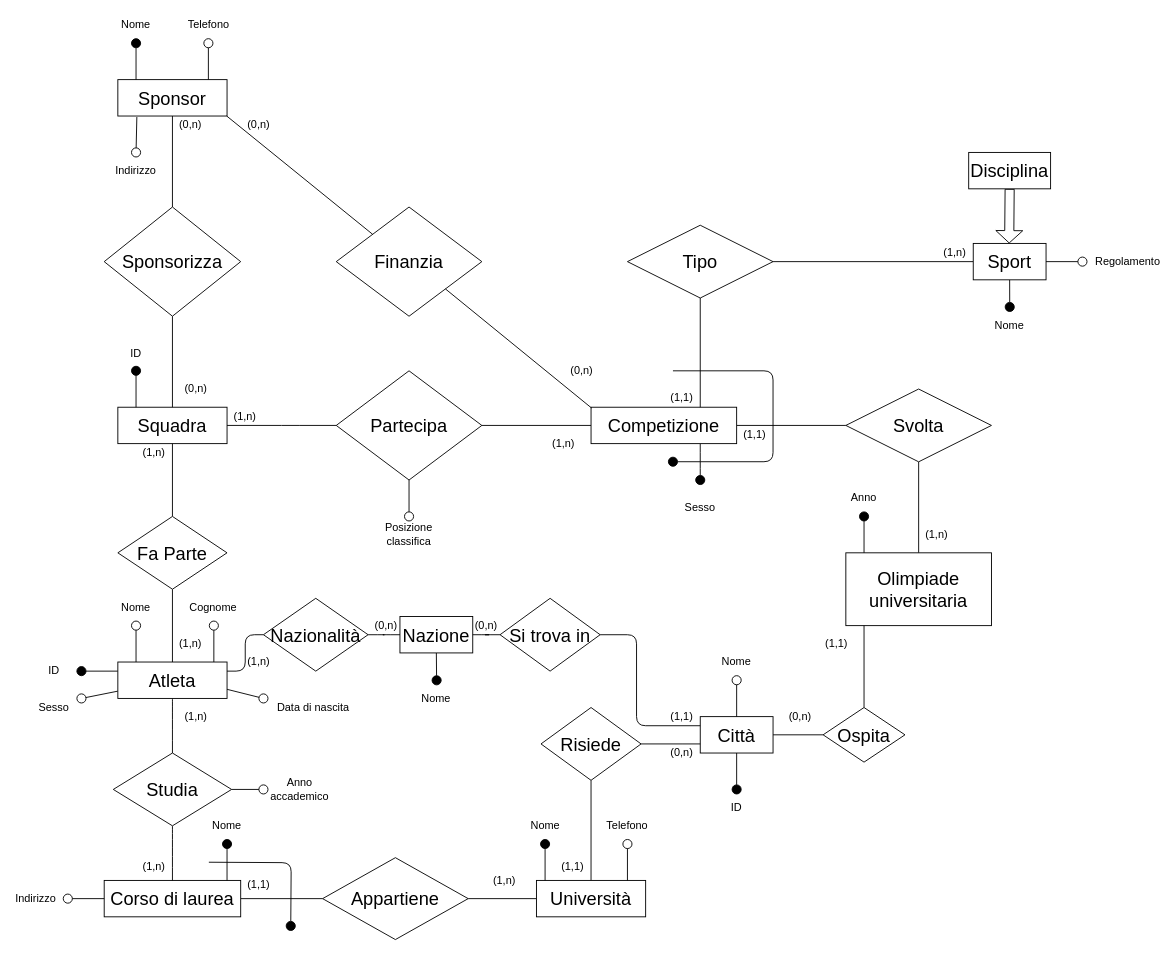
giovannivelludo/database-project keeps this draw.io diagram as page "Schema E-R" (1 of 3) of Olimpiadi studentesche.drawio. Above is the earlier version. Source tidied: cells renumbered, new cells numbered last; positions are measured from the earlier drawing's top-left corner, leaving out a move shared by most shapes. Both pictures are drawn from the tidied source at 91%, with x=0, y=0 at pixel (17, 15).
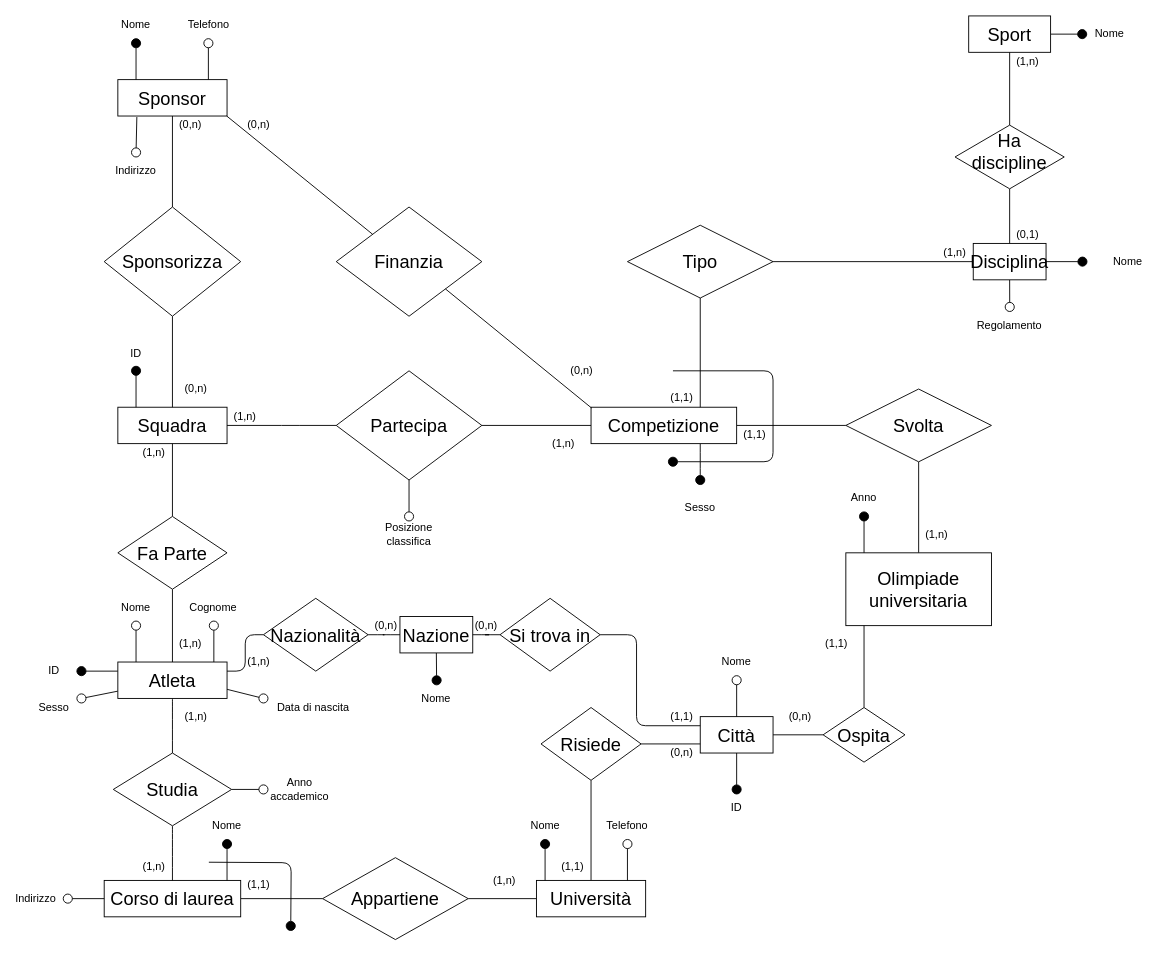
After the change.

Commit message:
Rimossa generalizzazione Sport

What changed in the source:
```diff
@@
-    <mxCell id="2" style="shape=flexArrow;endArrow=classic;html=1;endWidth=18.57142857142857;endSize=4.190476190476191;" parent="1" edge="1">
-      <mxGeometry relative="1" as="geometry">
-        <mxPoint x="1090" y="190" as="sourcePoint" />
-        <mxPoint x="1089.5" y="250" as="targetPoint" />
-      </mxGeometry>
-    </mxCell>
@@
-    <mxCell id="11" style="edgeStyle=orthogonalEdgeStyle;rounded=1;jettySize=auto;html=1;exitX=0.5;exitY=1;exitDx=0;exitDy=0;endArrow=oval;endFill=1;endSize=10;" parent="1" edge="1" source="12">
+    <mxCell id="11" style="edgeStyle=orthogonalEdgeStyle;rounded=1;jettySize=auto;html=1;exitX=0.5;exitY=1;exitDx=0;exitDy=0;endArrow=oval;endFill=0;endSize=10;" parent="1" edge="1" source="12">
       <mxGeometry relative="1" as="geometry">
         <mxPoint x="1090.1" y="319.8" as="targetPoint" />
       </mxGeometry>
     </mxCell>
-    <mxCell id="12" value="Sport" style="rounded=0;whiteSpace=wrap;html=1;fontSize=20;" parent="1" vertex="1">
+    <mxCell id="12" value="&lt;div&gt;Disciplina&lt;/div&gt;" style="rounded=0;whiteSpace=wrap;html=1;fontSize=20;" parent="1" vertex="1">
       <mxGeometry x="1050" y="250" width="80" height="40" as="geometry" />
     </mxCell>
@@
-    <mxCell id="67" style="endArrow=oval;html=1;endFill=0;endSize=10;exitX=1;exitY=0.5;exitDx=0;exitDy=0;" parent="1" edge="1" source="12">
+    <mxCell id="67" style="endArrow=oval;html=1;endFill=1;endSize=10;exitX=1;exitY=0.5;exitDx=0;exitDy=0;" parent="1" edge="1" source="12">
       <mxGeometry relative="1" as="geometry">
         <mxPoint x="1170" y="270" as="targetPoint" />
       </mxGeometry>
     </mxCell>
-    <mxCell id="68" value="Regolamento" style="text;html=1;strokeColor=none;fillColor=none;align=center;verticalAlign=middle;whiteSpace=wrap;rounded=0;" parent="1" vertex="1">
+    <mxCell id="68" value="&lt;div&gt;Nome&lt;/div&gt;" style="text;html=1;strokeColor=none;fillColor=none;align=center;verticalAlign=middle;whiteSpace=wrap;rounded=0;" parent="1" vertex="1">
       <mxGeometry x="1200" y="260" width="40" height="20" as="geometry" />
     </mxCell>
@@
-    <mxCell id="112" value="Nome" style="text;html=1;strokeColor=none;fillColor=none;align=center;verticalAlign=middle;whiteSpace=wrap;rounded=0;" parent="1" vertex="1">
+    <mxCell id="112" value="&lt;div&gt;Regolamento&lt;/div&gt;" style="text;html=1;strokeColor=none;fillColor=none;align=center;verticalAlign=middle;whiteSpace=wrap;rounded=0;" parent="1" vertex="1">
       <mxGeometry x="1070" y="330" width="40" height="20" as="geometry" />
     </mxCell>
+    <mxCell id="120" style="edgeStyle=orthogonalEdgeStyle;rounded=0;jettySize=auto;html=1;exitX=1;exitY=0.5;exitDx=0;exitDy=0;endArrow=oval;endFill=1;strokeWidth=1;endSize=10;" parent="1" edge="1" source="113">
+      <mxGeometry relative="1" as="geometry">
+        <mxPoint x="1169.7" y="19.8" as="targetPoint" />
+      </mxGeometry>
+    </mxCell>
-    <mxCell id="113" value="Disciplina" style="rounded=0;whiteSpace=wrap;html=1;fontSize=20;" parent="1" vertex="1">
-      <mxGeometry x="1045" y="150" width="90" height="40" as="geometry" />
+    <mxCell id="113" value="&lt;div&gt;Sport&lt;/div&gt;" style="rounded=0;whiteSpace=wrap;html=1;fontSize=20;" parent="1" vertex="1">
+      <mxGeometry x="1045" width="90" height="40" as="geometry" />
     </mxCell>
@@
+    <mxCell id="121" style="edgeStyle=orthogonalEdgeStyle;rounded=0;jettySize=auto;html=1;exitX=0.5;exitY=1;exitDx=0;exitDy=0;entryX=0.5;entryY=0;entryDx=0;entryDy=0;endArrow=none;endFill=0;" parent="1" edge="1" source="123" target="12">
+      <mxGeometry relative="1" as="geometry" />
+    </mxCell>
+    <mxCell id="122" style="edgeStyle=orthogonalEdgeStyle;rounded=0;jettySize=auto;html=1;exitX=0.5;exitY=0;exitDx=0;exitDy=0;entryX=0.5;entryY=1;entryDx=0;entryDy=0;endArrow=none;endFill=0;" parent="1" edge="1" source="123" target="113">
+      <mxGeometry relative="1" as="geometry" />
+    </mxCell>
+    <mxCell id="123" value="&lt;div&gt;&lt;font style=&quot;font-size: 20px&quot;&gt;Ha&lt;/font&gt;&lt;/div&gt;&lt;div&gt;&lt;font style=&quot;font-size: 20px&quot;&gt;discipline&lt;/font&gt;&lt;/div&gt;" style="rhombus;html=1;whiteSpace=wrap;spacingBottom=13;" parent="1" vertex="1">
+      <mxGeometry x="1030" y="120" width="120" height="70" as="geometry" />
+    </mxCell>
+    <mxCell id="124" value="Nome" style="text;html=1;strokeColor=none;fillColor=none;align=center;verticalAlign=middle;whiteSpace=wrap;rounded=0;" parent="1" vertex="1">
+      <mxGeometry x="1180" y="10" width="40" height="20" as="geometry" />
+    </mxCell>
+    <mxCell id="125" value="(0,1)" style="text;html=1;strokeColor=none;fillColor=none;align=center;verticalAlign=middle;whiteSpace=wrap;rounded=0;shadow=0;glass=0;comic=0;fontSize=12;" parent="1" vertex="1">
+      <mxGeometry x="1090" y="230" width="40" height="20" as="geometry" />
+    </mxCell>
+    <mxCell id="126" value="(1,n)" style="text;html=1;strokeColor=none;fillColor=none;align=center;verticalAlign=middle;whiteSpace=wrap;rounded=0;shadow=0;glass=0;comic=0;fontSize=12;" parent="1" vertex="1">
+      <mxGeometry x="1090" y="40" width="40" height="20" as="geometry" />
+    </mxCell>
```
